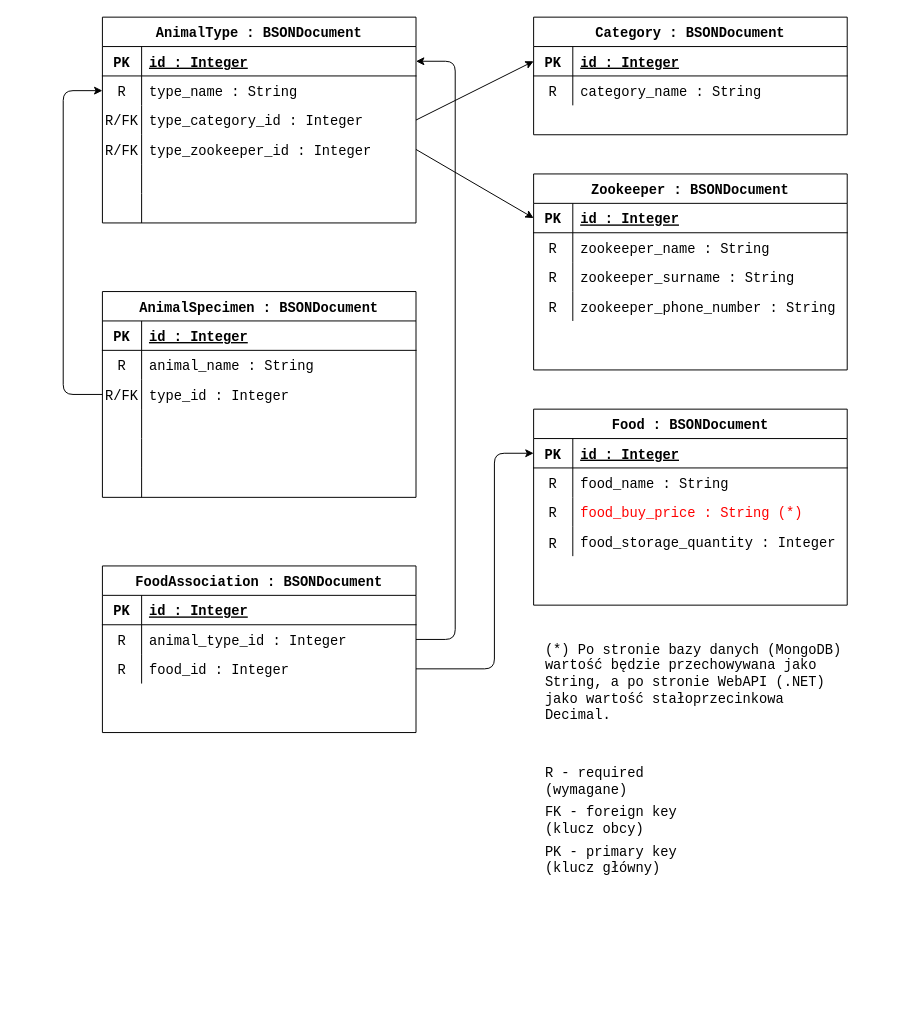
Earlier version of the draw.io diagram assets/diagrams/PDM.drawio (LukaszMichalsky/Project_TIU). Source tidied: cells renumbered, new cells numbered last; positions are measured from the earlier drawing's top-left corner, leaving out a move shared by most shapes. Both pictures are drawn from the tidied source at 98%, with x=0, y=0 at pixel (63, 17).
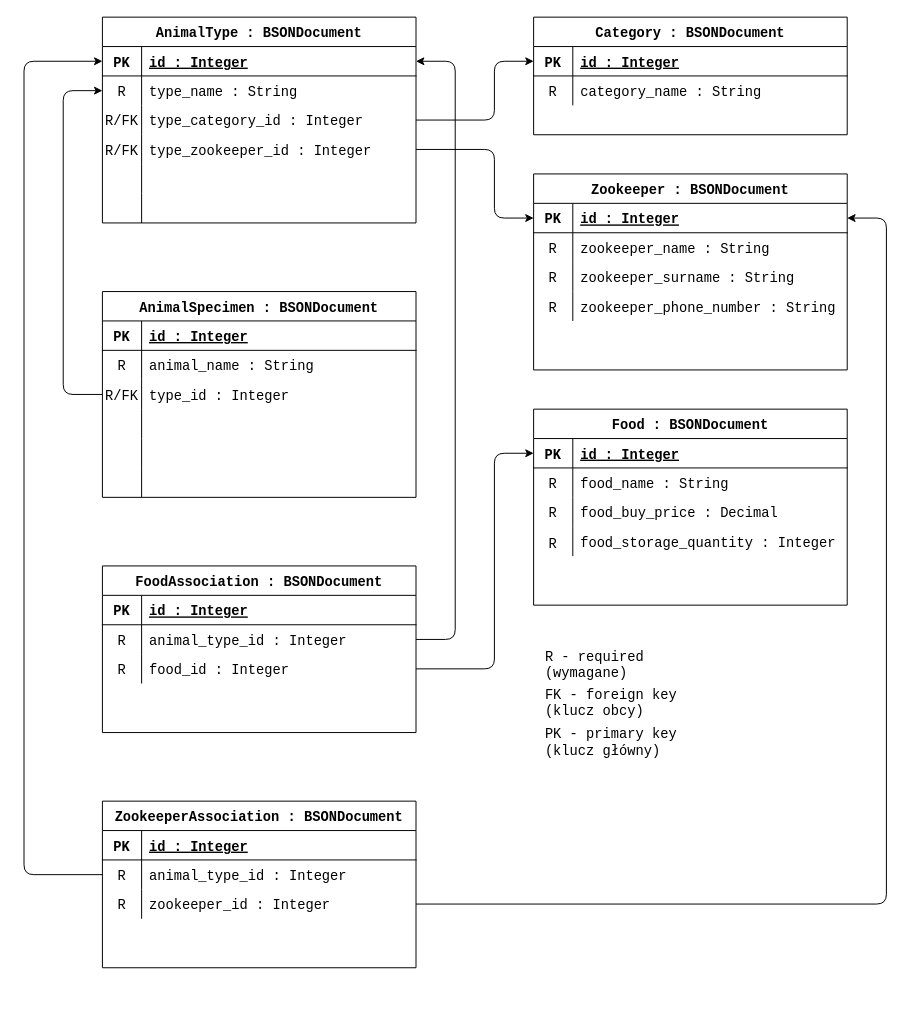
The same page after the edit.

Commit message:
Updated PDM diagram

Unchanged cells that the change refers to:
```xml
<mxCell id="3" style="shape=partialRectangle;fillColor=none;top=0;left=0;bottom=1;right=0;points=[[0,0.5],[1,0.5]];portConstraint=eastwest;fontFamily=Courier New;fontSize=14;" parent="2" vertex="1">
  <mxGeometry y="30" width="320" height="30" as="geometry" />
</mxCell>
<mxCell id="16" style="shape=partialRectangle;fillColor=none;top=0;left=0;bottom=1;right=0;points=[[0,0.5],[1,0.5]];portConstraint=eastwest;fontFamily=Courier New;fontSize=14;" parent="15" vertex="1">
  <mxGeometry y="30" width="320" height="30" as="geometry" />
</mxCell>
<mxCell id="30" style="shape=partialRectangle;fillColor=none;top=0;left=0;bottom=0;right=0;fontFamily=Courier New;fontSize=14;" parent="23" vertex="1">
  <mxGeometry y="90" width="320" height="30" as="geometry" />
</mxCell>
<mxCell id="40" style="shape=partialRectangle;fillColor=none;top=0;left=0;bottom=1;right=0;points=[[0,0.5],[1,0.5]];portConstraint=eastwest;fontFamily=Courier New;fontSize=14;" parent="39" vertex="1">
  <mxGeometry y="30" width="320" height="30" as="geometry" />
</mxCell>
<mxCell id="46" style="shape=partialRectangle;fillColor=none;top=0;left=0;bottom=0;right=0;points=[[0,0.5],[1,0.5]];portConstraint=eastwest;fontFamily=Courier New;fontSize=14;" parent="39" vertex="1">
  <mxGeometry y="90" width="320" height="30" as="geometry" />
</mxCell>
<mxCell id="49" style="shape=partialRectangle;fillColor=none;top=0;left=0;bottom=0;right=0;points=[[0,0.5],[1,0.5]];portConstraint=eastwest;fontFamily=Courier New;fontSize=14;" parent="39" vertex="1">
  <mxGeometry y="120" width="320" height="30" as="geometry" />
</mxCell>
```

Diff of the diagram source:
```diff
@@
-    <mxCell id="32" value="food_buy_price : String (*)" style="shape=partialRectangle;fillColor=none;top=0;left=0;bottom=0;right=0;align=left;spacingLeft=6;overflow=hidden;fontFamily=Courier New;fontSize=14;fontColor=#FF0000;" parent="30" vertex="1">
+    <mxCell id="32" value="food_buy_price : Decimal" style="shape=partialRectangle;fillColor=none;top=0;left=0;bottom=0;right=0;align=left;spacingLeft=6;overflow=hidden;fontFamily=Courier New;fontSize=14;" parent="30" vertex="1">
       <mxGeometry x="40" width="280" height="30" as="geometry" />
     </mxCell>
@@
     <mxCell id="58" value="&lt;div&gt;R - required&lt;/div&gt;&lt;div&gt;(wymagane)&lt;/div&gt;" style="text;html=1;strokeColor=none;fillColor=none;align=left;verticalAlign=middle;whiteSpace=wrap;rounded=0;fontFamily=Courier New;fontSize=14;spacingLeft=10;" parent="1" vertex="1">
-      <mxGeometry x="480" y="760.5" width="240" height="39" as="geometry" />
+      <mxGeometry x="480" y="641" width="240" height="39" as="geometry" />
     </mxCell>
     <mxCell id="59" value="&lt;div&gt;FK - foreign key&lt;/div&gt;&lt;div&gt;(klucz obcy)&lt;br&gt;&lt;/div&gt;" style="text;html=1;strokeColor=none;fillColor=none;align=left;verticalAlign=middle;whiteSpace=wrap;rounded=0;fontFamily=Courier New;fontSize=14;spacingLeft=10;" parent="1" vertex="1">
-      <mxGeometry x="480" y="799.5" width="240" height="40" as="geometry" />
+      <mxGeometry x="480" y="680" width="240" height="40" as="geometry" />
     </mxCell>
-    <mxCell id="60" value="&lt;div&gt;(*) Po stronie bazy danych (MongoDB)&lt;/div&gt;&lt;div&gt;wartość będzie przechowywana jako&lt;/div&gt;&lt;div&gt;String, a po stronie WebAPI (.NET)&lt;/div&gt;&lt;div&gt;jako wartość stałoprzecinkowa Decimal.&lt;br&gt;&lt;/div&gt;" style="text;html=1;strokeColor=none;fillColor=none;align=left;verticalAlign=middle;whiteSpace=wrap;rounded=0;fontFamily=Courier New;fontSize=14;spacingLeft=10;" parent="1" vertex="1">
-      <mxGeometry x="480" y="639" width="320" height="80" as="geometry" />
-    </mxCell>
     <mxCell id="61" value="&lt;div&gt;PK - primary key&lt;/div&gt;&lt;div&gt;(klucz główny)&lt;br&gt;&lt;/div&gt;" style="text;html=1;strokeColor=none;fillColor=none;align=left;verticalAlign=middle;whiteSpace=wrap;rounded=0;fontFamily=Courier New;fontSize=14;spacingLeft=10;" parent="1" vertex="1">
-      <mxGeometry x="480" y="839.5" width="240" height="40" as="geometry" />
+      <mxGeometry x="480" y="720" width="240" height="40" as="geometry" />
     </mxCell>
@@
-    <mxCell id="82" style="endArrow=classic;html=1;fontFamily=Courier New;entryX=0;entryY=0.5;entryDx=0;entryDy=0;exitX=1;exitY=0.5;exitDx=0;exitDy=0;" parent="1" edge="1" source="46" target="16">
-      <mxGeometry relative="1" as="geometry" />
+    <mxCell id="82" style="endArrow=classic;html=1;fontFamily=Courier New;entryX=0;entryY=0.5;entryDx=0;entryDy=0;exitX=1;exitY=0.5;exitDx=0;exitDy=0;edgeStyle=elbowEdgeStyle;" parent="1" edge="1" source="46" target="16">
+      <mxGeometry relative="1" as="geometry">
+        <Array as="points">
+          <mxPoint x="440" y="80" />
+        </Array>
+      </mxGeometry>
     </mxCell>
-    <mxCell id="83" style="endArrow=classic;html=1;fontFamily=Courier New;entryX=0;entryY=0.5;entryDx=0;entryDy=0;exitX=1;exitY=0.5;exitDx=0;exitDy=0;" parent="1" edge="1" source="49" target="3">
-      <mxGeometry relative="1" as="geometry" />
+    <mxCell id="83" style="endArrow=classic;html=1;fontFamily=Courier New;entryX=0;entryY=0.5;entryDx=0;entryDy=0;exitX=1;exitY=0.5;exitDx=0;exitDy=0;edgeStyle=elbowEdgeStyle;" parent="1" edge="1" source="49" target="3">
+      <mxGeometry relative="1" as="geometry">
+        <Array as="points">
+          <mxPoint x="440" y="170" />
+        </Array>
+      </mxGeometry>
     </mxCell>
@@
+    <mxCell id="99" style="group;fontFamily=Courier New;fontSize=14;" parent="1" vertex="1">
+      <mxGeometry x="40" y="800" width="320" height="200" as="geometry" />
+    </mxCell>
+    <mxCell id="100" value="ZookeeperAssociation : BSONDocument" style="shape=table;startSize=30;childLayout=tableLayout;rowLines=0;fontStyle=1;align=center;fontFamily=Courier New;fontSize=14;" parent="99" vertex="1">
+      <mxGeometry width="320" height="170" as="geometry" />
+    </mxCell>
+    <mxCell id="101" style="shape=partialRectangle;fillColor=none;top=0;left=0;bottom=1;right=0;fontFamily=Courier New;fontSize=14;" parent="100" vertex="1">
+      <mxGeometry y="30" width="320" height="30" as="geometry" />
+    </mxCell>
+    <mxCell id="102" value="PK" style="shape=partialRectangle;fillColor=none;top=0;left=0;bottom=0;right=0;fontStyle=1;overflow=hidden;fontFamily=Courier New;fontSize=14;" parent="101" vertex="1">
+      <mxGeometry width="40" height="30" as="geometry" />
+    </mxCell>
+    <mxCell id="103" value="id : Integer" style="shape=partialRectangle;fillColor=none;top=0;left=0;bottom=0;right=0;align=left;spacingLeft=6;fontStyle=5;overflow=hidden;fontFamily=Courier New;fontSize=14;" parent="101" vertex="1">
+      <mxGeometry x="40" width="280" height="30" as="geometry" />
+    </mxCell>
+    <mxCell id="104" style="shape=partialRectangle;fillColor=none;top=0;left=0;bottom=0;right=0;points=[[0,0.5],[1,0.5]];portConstraint=eastwest;fontFamily=Courier New;fontSize=14;" parent="100" vertex="1">
+      <mxGeometry y="60" width="320" height="30" as="geometry" />
+    </mxCell>
+    <mxCell id="105" value="R" style="shape=partialRectangle;fillColor=none;top=0;left=0;bottom=0;right=0;overflow=hidden;fontFamily=Courier New;fontSize=14;" parent="104" vertex="1">
+      <mxGeometry width="40" height="30" as="geometry" />
+    </mxCell>
+    <mxCell id="106" value="animal_type_id : Integer" style="shape=partialRectangle;fillColor=none;top=0;left=0;bottom=0;right=0;align=left;spacingLeft=6;overflow=hidden;fontFamily=Courier New;fontSize=14;" parent="104" vertex="1">
+      <mxGeometry x="40" width="280" height="30" as="geometry" />
+    </mxCell>
+    <mxCell id="107" style="shape=partialRectangle;fillColor=none;top=0;left=0;bottom=0;right=0;points=[[0,0.5],[1,0.5]];portConstraint=eastwest;fontFamily=Courier New;fontSize=14;" parent="100" vertex="1">
+      <mxGeometry y="90" width="320" height="30" as="geometry" />
+    </mxCell>
+    <mxCell id="108" style="shape=partialRectangle;fillColor=none;top=0;left=0;bottom=0;right=0;overflow=hidden;fontFamily=Courier New;fontSize=14;" parent="107" vertex="1">
+      <mxGeometry width="40" height="30" as="geometry" />
+    </mxCell>
+    <mxCell id="109" value="zookeeper_id : Integer" style="shape=partialRectangle;fillColor=none;top=0;left=0;bottom=0;right=0;align=left;spacingLeft=6;overflow=hidden;fontFamily=Courier New;fontSize=14;" parent="107" vertex="1">
+      <mxGeometry x="40" width="280" height="30" as="geometry" />
+    </mxCell>
+    <mxCell id="110" value="R" style="shape=partialRectangle;fillColor=none;top=0;left=0;bottom=0;right=0;overflow=hidden;fontFamily=Courier New;fontSize=14;" parent="99" vertex="1">
+      <mxGeometry y="86" width="40" height="37.5" as="geometry" />
+    </mxCell>
+    <mxCell id="111" style="endArrow=classic;html=1;fontFamily=Courier New;edgeStyle=elbowEdgeStyle;entryX=0;entryY=0.5;entryDx=0;entryDy=0;exitX=0;exitY=0.5;exitDx=0;exitDy=0;" parent="1" edge="1" source="104" target="40">
+      <mxGeometry relative="1" as="geometry">
+        <Array as="points">
+          <mxPoint x="-40" y="208" />
+        </Array>
+      </mxGeometry>
+    </mxCell>
+    <mxCell id="112" style="endArrow=classic;html=1;fontFamily=Courier New;edgeStyle=elbowEdgeStyle;entryX=1;entryY=0.5;entryDx=0;entryDy=0;exitX=1;exitY=0.5;exitDx=0;exitDy=0;" parent="1" edge="1" source="107" target="3">
+      <mxGeometry relative="1" as="geometry">
+        <Array as="points">
+          <mxPoint x="840" y="560" />
+        </Array>
+      </mxGeometry>
+    </mxCell>
```
